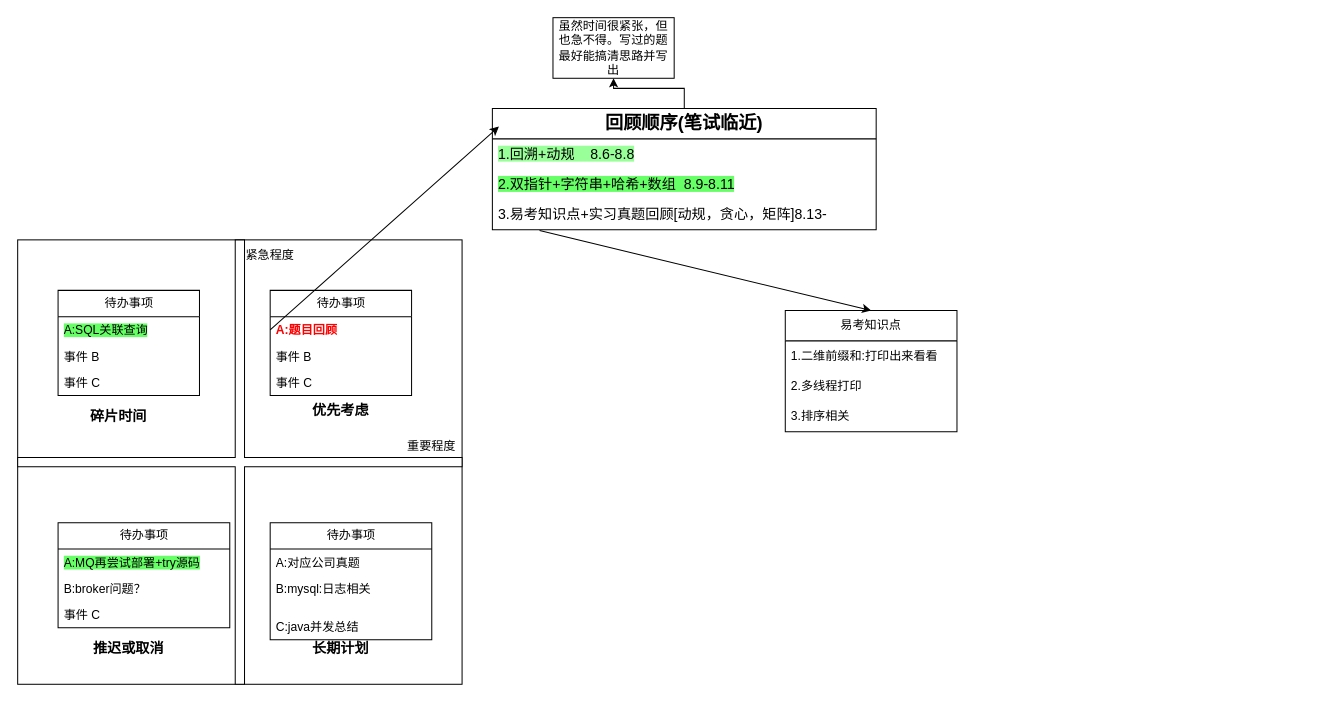
Above: 优先级象限.drawio in beyondgogogo/Graph (draw.io), before the change. Source tidied: cells renumbered, new cells numbered last; positions are measured from the earlier drawing's top-left corner, leaving out a move shared by most shapes. Both pictures are drawn from the tidied source at 101%, with x=0, y=0 at pixel (17, 17).
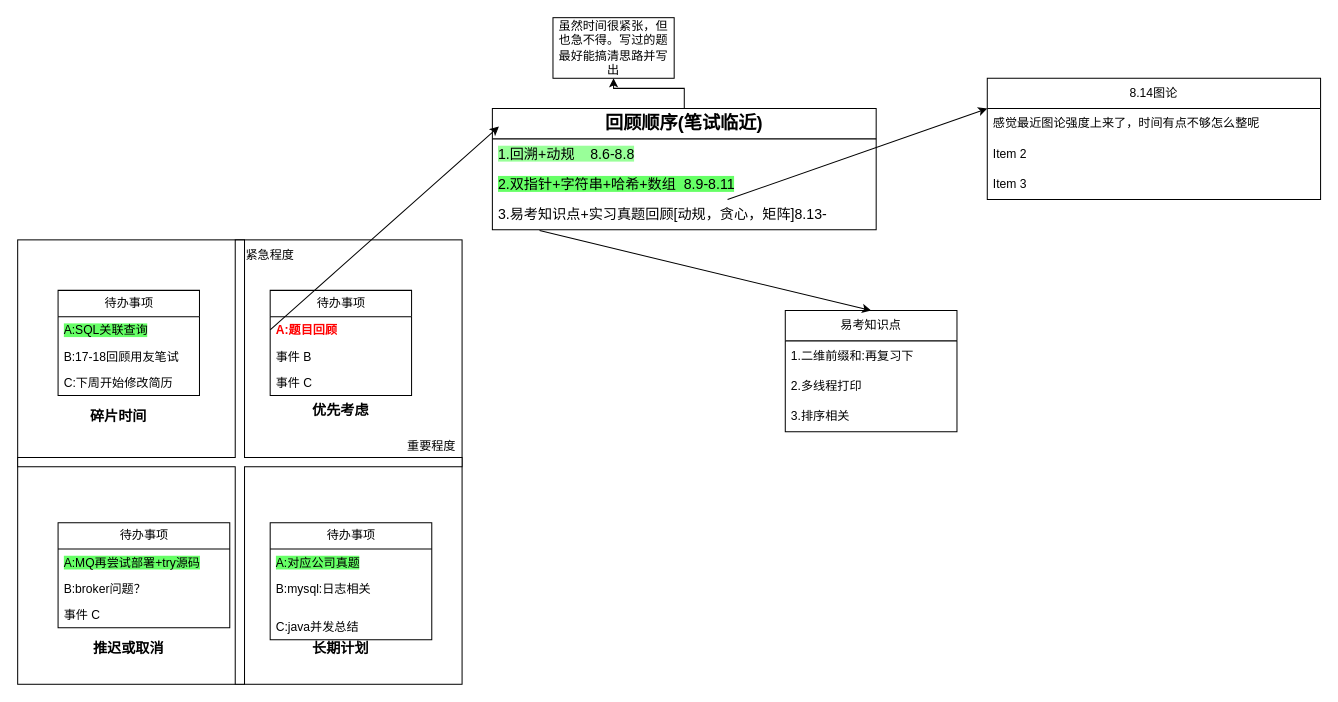
Above is the later version.

Commit message:
更新优先级象限.drawio

Unchanged cells that the change refers to:
```xml
<mxCell id="10" value="待办事项" style="swimlane;fontStyle=0;horizontal=1;startSize=26;fillColor=none;html=1;" parent="1" vertex="1">
  <mxGeometry x="40" y="270" width="140" height="104" as="geometry" />
</mxCell>
<mxCell id="14" value="待办事项" style="swimlane;fontStyle=0;horizontal=1;startSize=26;fillColor=none;html=1;" parent="1" vertex="1">
  <mxGeometry x="250" y="500" width="160" height="116" as="geometry" />
</mxCell>
<mxCell id="30" value="&lt;span style=&quot;font-size: 14px;&quot;&gt;3.易考知识点+实习真题回顾[动规，贪心，矩阵]8.13-&lt;/span&gt;" style="text;strokeColor=none;fillColor=none;align=left;verticalAlign=middle;spacingLeft=4;spacingRight=4;overflow=hidden;points=[[0,0.5],[1,0.5]];portConstraint=eastwest;whiteSpace=wrap;html=1;" parent="27" vertex="1">
  <mxGeometry y="90" width="380" height="30" as="geometry" />
</mxCell>
<mxCell id="33" value="易考知识点" style="swimlane;fontStyle=0;horizontal=1;startSize=30;whiteSpace=wrap;html=1;" parent="1" vertex="1">
  <mxGeometry x="760" y="290" width="170" height="120" as="geometry" />
</mxCell>
```

The edit, as a diff of the source:
```diff
@@
-    <mxCell id="12" value="事件 B" style="text;strokeColor=none;fillColor=none;align=left;verticalAlign=top;spacingLeft=4;spacingRight=4;overflow=hidden;whiteSpace=wrap;html=1;" parent="10" vertex="1">
+    <mxCell id="12" value="B:17-18回顾用友笔试" style="text;strokeColor=none;fillColor=none;align=left;verticalAlign=top;spacingLeft=4;spacingRight=4;overflow=hidden;whiteSpace=wrap;html=1;" parent="10" vertex="1">
       <mxGeometry y="52" width="140" height="26" as="geometry" />
     </mxCell>
-    <mxCell id="13" value="事件 C" style="text;strokeColor=none;fillColor=none;align=left;verticalAlign=top;spacingLeft=4;spacingRight=4;overflow=hidden;whiteSpace=wrap;html=1;" parent="10" vertex="1">
+    <mxCell id="13" value="C:下周开始修改简历" style="text;strokeColor=none;fillColor=none;align=left;verticalAlign=top;spacingLeft=4;spacingRight=4;overflow=hidden;whiteSpace=wrap;html=1;" parent="10" vertex="1">
       <mxGeometry y="78" width="140" height="26" as="geometry" />
     </mxCell>
@@
-    <mxCell id="15" value="A:对应公司真题" style="text;strokeColor=none;fillColor=none;align=left;verticalAlign=top;spacingLeft=4;spacingRight=4;overflow=hidden;whiteSpace=wrap;html=1;" parent="14" vertex="1">
+    <mxCell id="15" value="&lt;span style=&quot;background-color: rgb(102, 255, 102);&quot;&gt;A:对应公司真题&lt;/span&gt;" style="text;strokeColor=none;fillColor=none;align=left;verticalAlign=top;spacingLeft=4;spacingRight=4;overflow=hidden;whiteSpace=wrap;html=1;" parent="14" vertex="1">
       <mxGeometry y="26" width="160" height="26" as="geometry" />
     </mxCell>
@@
-    <mxCell id="34" value="1.二维前缀和:打印出来看看" style="text;strokeColor=none;fillColor=none;align=left;verticalAlign=middle;spacingLeft=4;spacingRight=4;overflow=hidden;whiteSpace=wrap;html=1;" parent="33" vertex="1">
+    <mxCell id="34" value="1.二维前缀和:再复习下" style="text;strokeColor=none;fillColor=none;align=left;verticalAlign=middle;spacingLeft=4;spacingRight=4;overflow=hidden;whiteSpace=wrap;html=1;" parent="33" vertex="1">
       <mxGeometry y="30" width="170" height="30" as="geometry" />
     </mxCell>
@@
+    <mxCell id="38" value="8.14图论" style="swimlane;fontStyle=0;horizontal=1;startSize=30;whiteSpace=wrap;html=1;" parent="1" vertex="1">
+      <mxGeometry x="960" y="60" width="330" height="120" as="geometry" />
+    </mxCell>
+    <mxCell id="39" value="感觉最近图论强度上来了，时间有点不够怎么整呢" style="text;strokeColor=none;fillColor=none;align=left;verticalAlign=middle;spacingLeft=4;spacingRight=4;overflow=hidden;whiteSpace=wrap;html=1;" parent="38" vertex="1">
+      <mxGeometry y="30" width="330" height="30" as="geometry" />
+    </mxCell>
+    <mxCell id="40" value="Item 2" style="text;strokeColor=none;fillColor=none;align=left;verticalAlign=middle;spacingLeft=4;spacingRight=4;overflow=hidden;whiteSpace=wrap;html=1;" parent="38" vertex="1">
+      <mxGeometry y="60" width="330" height="30" as="geometry" />
+    </mxCell>
+    <mxCell id="41" value="Item 3" style="text;strokeColor=none;fillColor=none;align=left;verticalAlign=middle;spacingLeft=4;spacingRight=4;overflow=hidden;whiteSpace=wrap;html=1;" parent="38" vertex="1">
+      <mxGeometry y="90" width="330" height="30" as="geometry" />
+    </mxCell>
+    <mxCell id="42" style="endArrow=classic;html=1;rounded=0;entryX=0;entryY=0.25;entryDx=0;entryDy=0;" parent="1" edge="1" source="30" target="38">
+      <mxGeometry relative="1" as="geometry" />
+    </mxCell>
```
